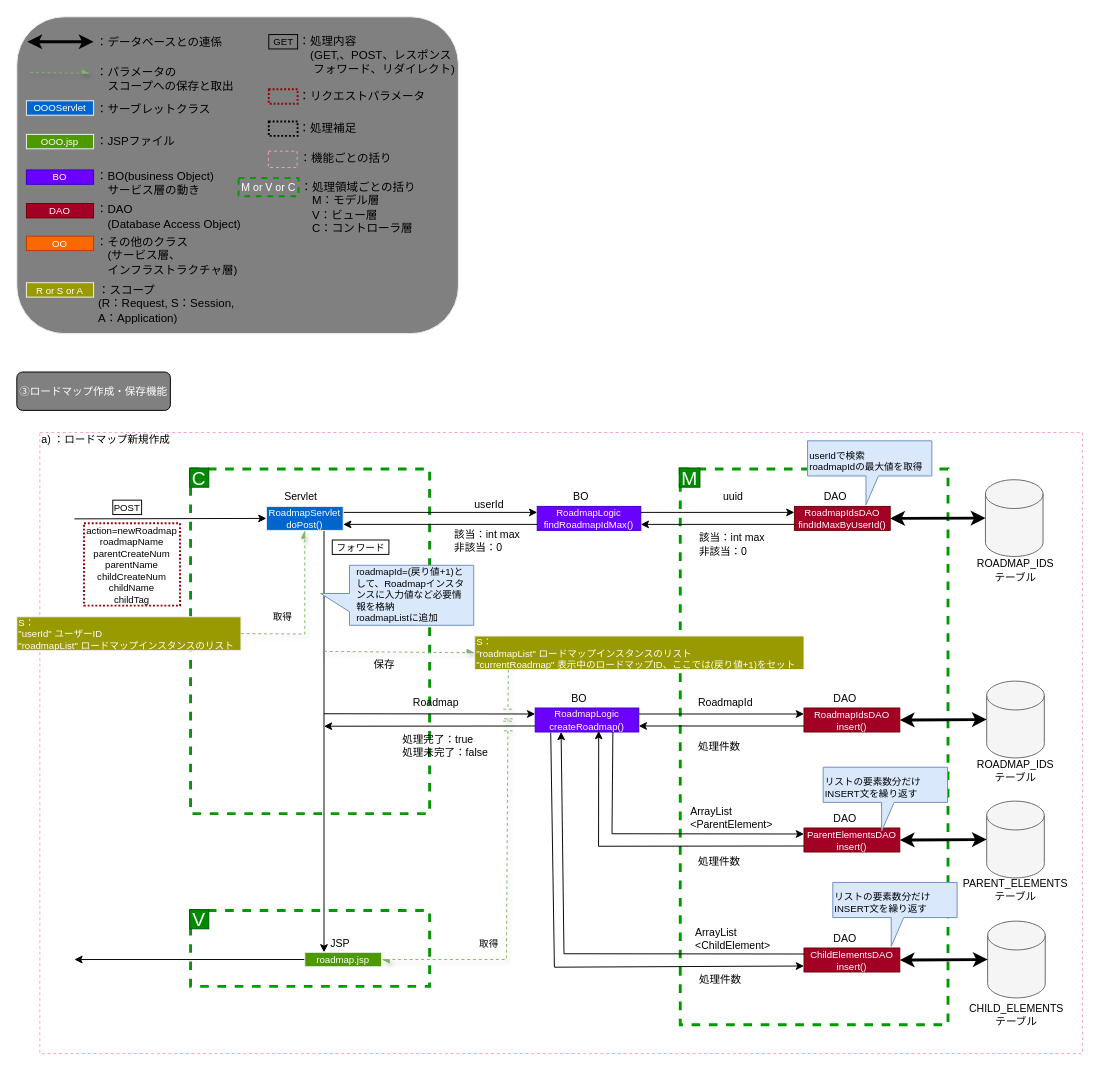
NT0840/ITWorkshop keeps this draw.io diagram as 基本アーキテクチャ図3.drawio. Above is the earlier version. Source tidied: cells renumbered, new cells numbered last; positions are measured from the earlier drawing's top-left corner, leaving out a move shared by most shapes. Both pictures are drawn from the tidied source at 96%, with x=0, y=0 at pixel (16, 16).
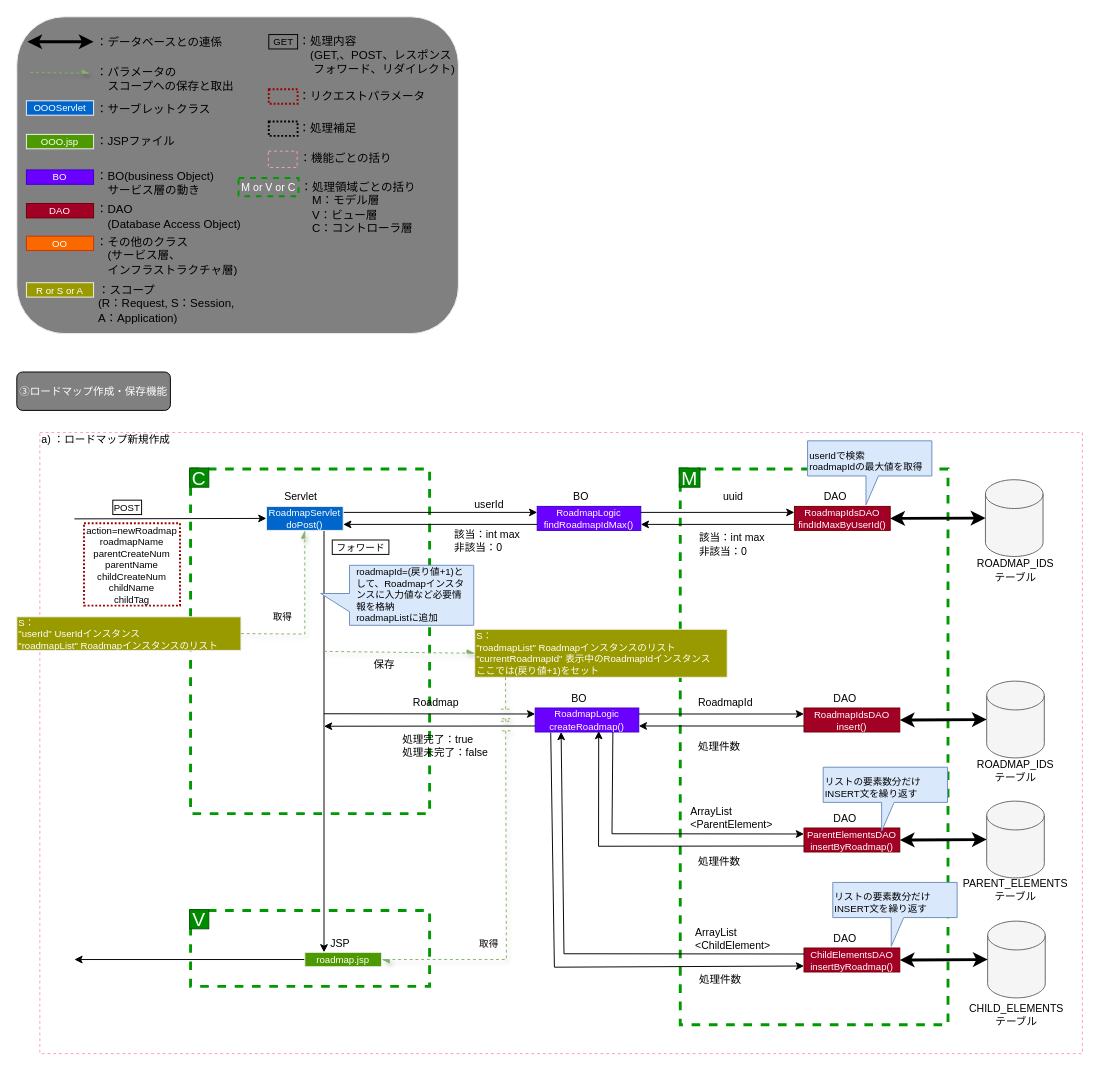
After the change.

The change refers to these unchanged cells:
```xml
<mxCell id="77" value="&lt;span style=&quot;color: rgb(255, 255, 255);&quot;&gt;roadmap.jsp&lt;/span&gt;" style="rounded=0;whiteSpace=wrap;html=1;labelBackgroundColor=none;fillStyle=auto;strokeColor=#F0F0F0;fontFamily=Helvetica;fontSize=10;fontColor=#007FFF;fillColor=#4D9900;" parent="76" vertex="1">
  <mxGeometry y="20" width="80" height="15" as="geometry" />
</mxCell>
<mxCell id="92" style="group;" parent="15" vertex="1">
  <mxGeometry x="820" y="825" width="99.8" height="40" as="geometry" />
</mxCell>
<mxCell id="98" style="group;" parent="15" vertex="1">
  <mxGeometry x="820" y="950" width="99.8" height="40" as="geometry" />
</mxCell>
```

What changed in the source:
```diff
@@
-    <mxCell id="49" value="&lt;span style=&quot;color: rgb(255, 255, 255);&quot;&gt;S：&lt;/span&gt;&lt;br style=&quot;color: rgb(255, 255, 255);&quot;&gt;&lt;span style=&quot;color: rgb(255, 255, 255);&quot;&gt;&quot;roadmapList&quot; ロードマップインスタンスのリスト&lt;/span&gt;&lt;span style=&quot;color: rgb(255, 255, 255);&quot;&gt;&lt;br&gt;&lt;/span&gt;&lt;span style=&quot;color: rgb(255, 255, 255);&quot;&gt;&quot;currentRoadmap&quot; 表示中のロードマップID、ここでは(戻り値+1)をセット&lt;/span&gt;&lt;span style=&quot;color: rgb(255, 255, 255);&quot;&gt;&lt;br&gt;&lt;/span&gt;" style="rounded=0;whiteSpace=wrap;html=1;labelBackgroundColor=none;fillStyle=auto;strokeColor=#F0F0F0;fontFamily=Helvetica;fontSize=10;fontColor=#007FFF;fillColor=#999900;align=left;" parent="15" vertex="1">
-      <mxGeometry x="477" y="645" width="343" height="35" as="geometry" />
+    <mxCell id="49" value="&lt;span style=&quot;color: rgb(255, 255, 255);&quot;&gt;S：&lt;/span&gt;&lt;br style=&quot;color: rgb(255, 255, 255);&quot;&gt;&lt;span style=&quot;color: rgb(255, 255, 255);&quot;&gt;&quot;roadmapList&quot; Roadmapインスタンスのリスト&lt;/span&gt;&lt;span style=&quot;color: rgb(255, 255, 255);&quot;&gt;&lt;br&gt;&lt;/span&gt;&lt;span style=&quot;color: rgb(255, 255, 255);&quot;&gt;&quot;currentRoadmapId&quot; 表示中のRoadmapIdインスタンス&lt;br&gt;&lt;/span&gt;&lt;span style=&quot;color: rgb(255, 255, 255);&quot;&gt;ここでは(戻り値+1)をセット&lt;/span&gt;&lt;span style=&quot;color: rgb(255, 255, 255);&quot;&gt;&lt;br&gt;&lt;/span&gt;" style="rounded=0;whiteSpace=wrap;html=1;labelBackgroundColor=none;fillStyle=auto;strokeColor=#F0F0F0;fontFamily=Helvetica;fontSize=10;fontColor=#007FFF;fillColor=#999900;align=left;" parent="15" vertex="1">
+      <mxGeometry x="477" y="638" width="263" height="50" as="geometry" />
     </mxCell>
@@
-    <mxCell id="84" value="&lt;font color=&quot;#ffffff&quot;&gt;S：&lt;br&gt;&lt;/font&gt;&lt;span style=&quot;color: rgb(255, 255, 255);&quot;&gt;&quot;userId&quot; ユーザーID&lt;br&gt;&lt;/span&gt;&lt;span style=&quot;color: rgb(255, 255, 255);&quot;&gt;&quot;roadmapList&quot; ロードマップインスタンスのリスト&lt;/span&gt;&lt;span style=&quot;color: rgb(255, 255, 255);&quot;&gt;&lt;br&gt;&lt;/span&gt;" style="rounded=0;whiteSpace=wrap;html=1;labelBackgroundColor=none;fillStyle=auto;strokeColor=#F0F0F0;fontFamily=Helvetica;fontSize=10;fontColor=#007FFF;fillColor=#999900;align=left;" parent="15" vertex="1">
+    <mxCell id="84" value="&lt;font color=&quot;#ffffff&quot;&gt;S：&lt;br&gt;&lt;/font&gt;&lt;span style=&quot;color: rgb(255, 255, 255);&quot;&gt;&quot;userId&quot; UserIdインスタンス&lt;br&gt;&lt;/span&gt;&lt;span style=&quot;color: rgb(255, 255, 255);&quot;&gt;&quot;roadmapList&quot; Roadmapインスタンスのリスト&lt;/span&gt;&lt;span style=&quot;color: rgb(255, 255, 255);&quot;&gt;&lt;br&gt;&lt;/span&gt;" style="rounded=0;whiteSpace=wrap;html=1;labelBackgroundColor=none;fillStyle=auto;strokeColor=#F0F0F0;fontFamily=Helvetica;fontSize=10;fontColor=#007FFF;fillColor=#999900;align=left;" parent="15" vertex="1">
       <mxGeometry y="625" width="233.5" height="35" as="geometry" />
     </mxCell>
@@
-    <mxCell id="93" value="ParentElementsDAO&lt;br&gt;insert()" style="rounded=0;whiteSpace=wrap;html=1;labelBackgroundColor=none;fillStyle=auto;strokeColor=#6F0000;fontFamily=Helvetica;fontSize=10;fontColor=#ffffff;fillColor=#a20025;" parent="92" vertex="1">
+    <mxCell id="93" value="ParentElementsDAO&lt;br&gt;insertByRoadmap()" style="rounded=0;whiteSpace=wrap;html=1;labelBackgroundColor=none;fillStyle=auto;strokeColor=#6F0000;fontFamily=Helvetica;fontSize=10;fontColor=#ffffff;fillColor=#a20025;" parent="92" vertex="1">
       <mxGeometry y="20" width="99.8" height="25" as="geometry" />
     </mxCell>
@@
-    <mxCell id="99" value="ChildElementsDAO&lt;br&gt;insert()" style="rounded=0;whiteSpace=wrap;html=1;labelBackgroundColor=none;fillStyle=auto;strokeColor=#6F0000;fontFamily=Helvetica;fontSize=10;fontColor=#ffffff;fillColor=#a20025;" parent="98" vertex="1">
+    <mxCell id="99" value="ChildElementsDAO&lt;br&gt;insertByRoadmap()" style="rounded=0;whiteSpace=wrap;html=1;labelBackgroundColor=none;fillStyle=auto;strokeColor=#6F0000;fontFamily=Helvetica;fontSize=10;fontColor=#ffffff;fillColor=#a20025;" parent="98" vertex="1">
       <mxGeometry y="20" width="99.8" height="25" as="geometry" />
     </mxCell>
@@
-    <mxCell id="133" style="endArrow=async;html=1;rounded=0;shadow=1;labelBackgroundColor=default;strokeColor=#82b366;fontFamily=Helvetica;fontSize=10;fontColor=#FFFFFF;shape=connector;strokeWidth=1;startArrow=none;startFill=0;fillColor=#d5e8d4;jumpStyle=line;jumpSize=10;entryX=1;entryY=0.5;entryDx=0;entryDy=0;dashed=1;endFill=1;exitX=0.102;exitY=1;exitDx=0;exitDy=0;exitPerimeter=0;" parent="15" edge="1" source="49" target="77">
+    <mxCell id="133" style="endArrow=async;html=1;rounded=0;shadow=1;labelBackgroundColor=default;strokeColor=#82b366;fontFamily=Helvetica;fontSize=10;fontColor=#FFFFFF;shape=connector;strokeWidth=1;startArrow=none;startFill=0;fillColor=#d5e8d4;jumpStyle=line;jumpSize=10;entryX=1;entryY=0.5;entryDx=0;entryDy=0;dashed=1;endFill=1;exitX=0.122;exitY=1;exitDx=0;exitDy=0;exitPerimeter=0;" parent="15" edge="1" source="49" target="77">
       <mxGeometry relative="1" as="geometry">
         <Array as="points">
           <mxPoint x="510" y="982" />
         </Array>
       </mxGeometry>
     </mxCell>
```
